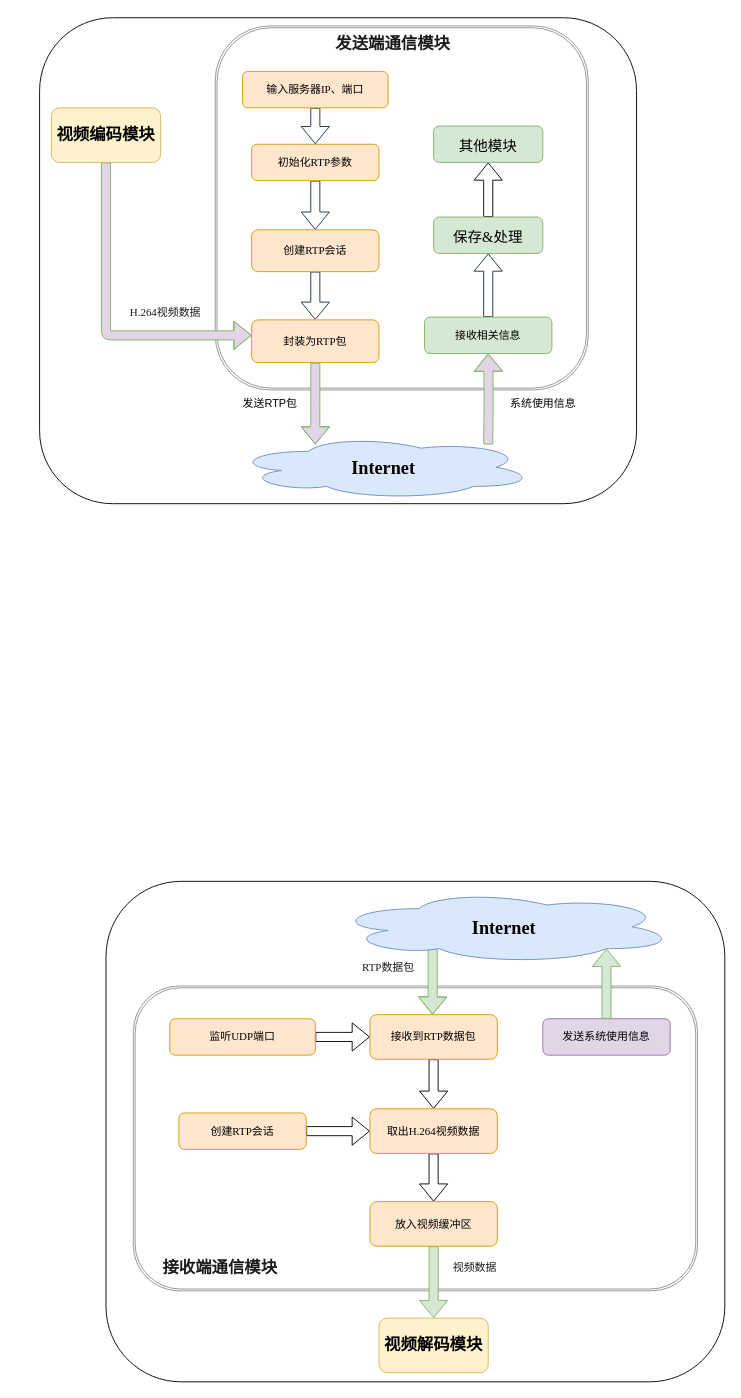
Before: send.drawio in Bright-Hsu/Real-Time-Trans-Server, a draw.io diagram. Source tidied: cells renumbered, new cells numbered last; positions are measured from the earlier drawing's top-left corner, leaving out a move shared by most shapes. Both pictures are drawn from the tidied source at 91%, with x=0, y=0 at pixel (39, 16).
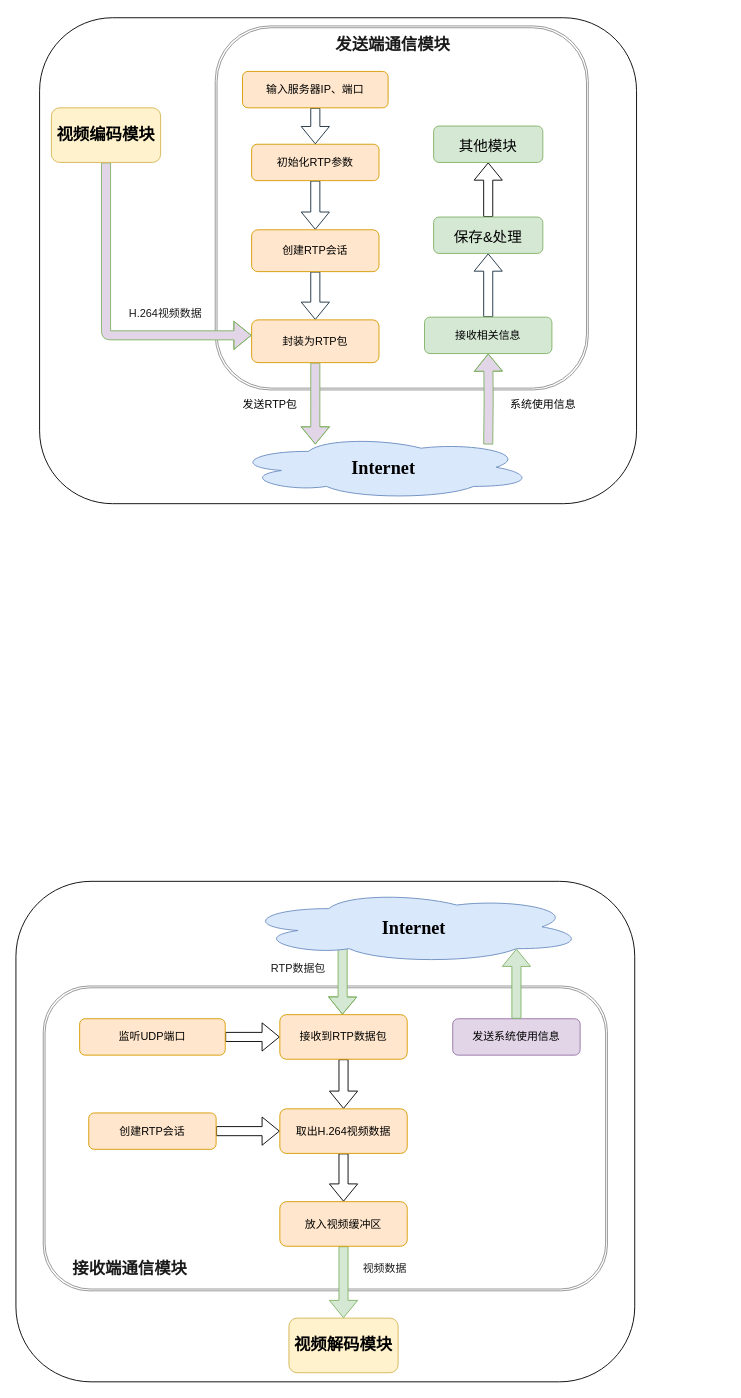
The same diagram, later.

Change to the diagram source:
```diff
@@
-    <mxCell id="2" style="rounded=1;whiteSpace=wrap;html=1;fillColor=none;" parent="1" vertex="1">
+    <mxCell id="2" style="rounded=1;whiteSpace=wrap;html=1;fillColor=none;fontFamily=simsun;" parent="1" vertex="1">
       <mxGeometry y="1" width="656" height="534" as="geometry" />
     </mxCell>
-    <mxCell id="3" style="rounded=1;whiteSpace=wrap;html=1;fillColor=none;" parent="1" vertex="1">
-      <mxGeometry x="73" y="950" width="680" height="550" as="geometry" />
+    <mxCell id="3" style="rounded=1;whiteSpace=wrap;html=1;fillColor=none;fontFamily=simsun;" parent="1" vertex="1">
+      <mxGeometry x="-26" y="950" width="680" height="550" as="geometry" />
     </mxCell>
-    <mxCell id="4" style="shape=ext;double=1;rounded=1;whiteSpace=wrap;html=1;fillColor=none;fontFamily=Times New Roman;labelBackgroundColor=none;strokeColor=#909090;fontColor=#1A1A1A;" parent="1" vertex="1">
+    <mxCell id="4" style="shape=ext;double=1;rounded=1;whiteSpace=wrap;html=1;fillColor=none;fontFamily=simsun;labelBackgroundColor=none;strokeColor=#909090;fontColor=#1A1A1A;" parent="1" vertex="1">
       <mxGeometry x="193" y="10" width="410" height="400" as="geometry" />
     </mxCell>
-    <mxCell id="5" style="edgeStyle=orthogonalEdgeStyle;rounded=1;jettySize=auto;html=1;shape=flexArrow;fontFamily=Times New Roman;labelBackgroundColor=none;strokeColor=#182E3E;fontColor=default;" parent="1" edge="1" source="6" target="8">
+    <mxCell id="5" style="edgeStyle=orthogonalEdgeStyle;rounded=1;jettySize=auto;html=1;shape=flexArrow;fontFamily=simsun;labelBackgroundColor=none;strokeColor=#182E3E;fontColor=default;" parent="1" edge="1" source="6" target="8">
       <mxGeometry relative="1" as="geometry" />
     </mxCell>
-    <mxCell id="6" value="初始化RTP参数" style="rounded=1;whiteSpace=wrap;html=1;fontFamily=Times New Roman;labelBackgroundColor=none;fillColor=#ffe6cc;strokeColor=#d79b00;" parent="1" vertex="1">
+    <mxCell id="6" value="初始化RTP参数" style="rounded=1;whiteSpace=wrap;html=1;fontFamily=simsun;labelBackgroundColor=none;fillColor=#ffe6cc;strokeColor=#d79b00;" parent="1" vertex="1">
       <mxGeometry x="233" y="140" width="140" height="40" as="geometry" />
     </mxCell>
-    <mxCell id="7" style="edgeStyle=orthogonalEdgeStyle;rounded=1;jettySize=auto;html=1;shape=flexArrow;fontFamily=Times New Roman;labelBackgroundColor=none;strokeColor=#182E3E;fontColor=default;" parent="1" edge="1" source="8" target="12">
+    <mxCell id="7" style="edgeStyle=orthogonalEdgeStyle;rounded=1;jettySize=auto;html=1;shape=flexArrow;fontFamily=simsun;labelBackgroundColor=none;strokeColor=#182E3E;fontColor=default;" parent="1" edge="1" source="8" target="12">
       <mxGeometry relative="1" as="geometry" />
     </mxCell>
-    <mxCell id="8" value="创建RTP会话" style="rounded=1;whiteSpace=wrap;html=1;fontFamily=Times New Roman;labelBackgroundColor=none;fillColor=#ffe6cc;strokeColor=#d79b00;" parent="1" vertex="1">
+    <mxCell id="8" value="创建RTP会话" style="rounded=1;whiteSpace=wrap;html=1;fontFamily=simsun;labelBackgroundColor=none;fillColor=#ffe6cc;strokeColor=#d79b00;" parent="1" vertex="1">
       <mxGeometry x="233" y="234" width="140" height="46" as="geometry" />
     </mxCell>
-    <mxCell id="9" style="edgeStyle=orthogonalEdgeStyle;rounded=1;jettySize=auto;html=1;entryX=0.5;entryY=0;entryDx=0;entryDy=0;shape=flexArrow;fontFamily=Times New Roman;labelBackgroundColor=none;strokeColor=#182E3E;fontColor=default;" parent="1" edge="1" source="10" target="6">
+    <mxCell id="9" style="edgeStyle=orthogonalEdgeStyle;rounded=1;jettySize=auto;html=1;entryX=0.5;entryY=0;entryDx=0;entryDy=0;shape=flexArrow;fontFamily=simsun;labelBackgroundColor=none;strokeColor=#182E3E;fontColor=default;" parent="1" edge="1" source="10" target="6">
       <mxGeometry relative="1" as="geometry" />
     </mxCell>
-    <mxCell id="10" value="输入服务器IP、端口" style="rounded=1;whiteSpace=wrap;html=1;fontFamily=Times New Roman;labelBackgroundColor=none;fillColor=#ffe6cc;strokeColor=#d79b00;" parent="1" vertex="1">
+    <mxCell id="10" value="输入服务器IP、端口" style="rounded=1;whiteSpace=wrap;html=1;fontFamily=simsun;labelBackgroundColor=none;fillColor=#ffe6cc;strokeColor=#d79b00;" parent="1" vertex="1">
       <mxGeometry x="223" y="60" width="160" height="40" as="geometry" />
     </mxCell>
-    <mxCell id="11" style="edgeStyle=orthogonalEdgeStyle;rounded=0;hachureGap=4;jettySize=auto;html=1;strokeColor=#82b366;fontFamily=Architects Daughter;fontSize=16;fontColor=#1A1A1A;shape=flexArrow;fillColor=#E1D5E7;" parent="1" edge="1" source="12">
+    <mxCell id="11" style="edgeStyle=orthogonalEdgeStyle;rounded=0;hachureGap=4;jettySize=auto;html=1;strokeColor=#82b366;fontFamily=simsun;fontSize=16;fontColor=#1A1A1A;shape=flexArrow;fillColor=#E1D5E7;" parent="1" edge="1" source="12">
       <mxGeometry relative="1" as="geometry">
         <mxPoint x="303" y="470" as="targetPoint" />
       </mxGeometry>
     </mxCell>
-    <mxCell id="12" value="封装为RTP包" style="rounded=1;whiteSpace=wrap;html=1;fontFamily=Times New Roman;labelBackgroundColor=none;fillColor=#ffe6cc;strokeColor=#d79b00;" parent="1" vertex="1">
+    <mxCell id="12" value="封装为RTP包" style="rounded=1;whiteSpace=wrap;html=1;fontFamily=simsun;labelBackgroundColor=none;fillColor=#ffe6cc;strokeColor=#d79b00;" parent="1" vertex="1">
       <mxGeometry x="233" y="333" width="140" height="47" as="geometry" />
     </mxCell>
-    <mxCell id="13" style="edgeStyle=orthogonalEdgeStyle;rounded=1;jettySize=auto;html=1;shape=flexArrow;fontFamily=Times New Roman;labelBackgroundColor=none;strokeColor=#82b366;fontColor=default;fillColor=#E1D5E7;" parent="1" edge="1" source="14" target="12">
+    <mxCell id="13" style="edgeStyle=orthogonalEdgeStyle;rounded=1;jettySize=auto;html=1;shape=flexArrow;fontFamily=simsun;labelBackgroundColor=none;strokeColor=#82b366;fontColor=default;fillColor=#E1D5E7;" parent="1" edge="1" source="14" target="12">
       <mxGeometry relative="1" as="geometry">
         <Array as="points">
           <mxPoint x="73" y="350" />
         </Array>
       </mxGeometry>
     </mxCell>
-    <mxCell id="14" value="&lt;font style=&quot;font-size: 18px;&quot;&gt;&lt;b&gt;视频编码模块&lt;/b&gt;&lt;/font&gt;" style="rounded=1;whiteSpace=wrap;html=1;fontFamily=Times New Roman;labelBackgroundColor=none;fillColor=#fff2cc;strokeColor=#d6b656;" parent="1" vertex="1">
+    <mxCell id="14" value="&lt;font style=&quot;font-size: 18px;&quot;&gt;&lt;b&gt;视频编码模块&lt;/b&gt;&lt;/font&gt;" style="rounded=1;whiteSpace=wrap;html=1;fontFamily=simsun;labelBackgroundColor=none;fillColor=#fff2cc;strokeColor=#d6b656;" parent="1" vertex="1">
       <mxGeometry x="13" y="100" width="120" height="60" as="geometry" />
     </mxCell>
-    <mxCell id="15" value="&lt;h2&gt;&lt;b&gt;&lt;font style=&quot;font-size: 18px;&quot;&gt;发送端通信模块&lt;/font&gt;&lt;/b&gt;&lt;/h2&gt;" style="text;html=1;align=center;verticalAlign=middle;strokeColor=none;fillColor=none;fontFamily=Times New Roman;rounded=1;labelBackgroundColor=none;fontColor=#1A1A1A;" parent="1" vertex="1">
-      <mxGeometry x="313" width="150" height="60" as="geometry" />
+    <mxCell id="15" value="&lt;h2&gt;&lt;b&gt;&lt;font style=&quot;font-size: 18px;&quot;&gt;发送端通信模块&lt;/font&gt;&lt;/b&gt;&lt;/h2&gt;" style="text;html=1;align=center;verticalAlign=middle;strokeColor=none;fillColor=none;fontFamily=simsun;rounded=1;labelBackgroundColor=none;fontColor=#1A1A1A;" parent="1" vertex="1">
+      <mxGeometry x="315" y="-1" width="146" height="63" as="geometry" />
     </mxCell>
-    <mxCell id="16" value="H.264视频数据" style="text;html=1;align=center;verticalAlign=middle;strokeColor=none;fillColor=none;fontFamily=Times New Roman;rounded=1;labelBackgroundColor=none;fontColor=#1A1A1A;" parent="1" vertex="1">
-      <mxGeometry x="73" y="310" width="130" height="30" as="geometry" />
+    <mxCell id="16" value="H.264视频数据" style="text;html=1;align=center;verticalAlign=middle;strokeColor=none;fillColor=none;fontFamily=simsun;rounded=1;labelBackgroundColor=none;fontColor=#1A1A1A;" parent="1" vertex="1">
+      <mxGeometry x="77" y="310" width="122" height="31" as="geometry" />
     </mxCell>
-    <mxCell id="17" style="edgeStyle=orthogonalEdgeStyle;rounded=0;hachureGap=4;jettySize=auto;html=1;strokeColor=#82b366;fontFamily=Architects Daughter;fontSize=16;fontColor=#1A1A1A;entryX=0.5;entryY=1;entryDx=0;entryDy=0;shape=flexArrow;fillColor=#E1D5E7;" parent="1" edge="1" target="20">
+    <mxCell id="17" style="edgeStyle=orthogonalEdgeStyle;rounded=0;hachureGap=4;jettySize=auto;html=1;strokeColor=#82b366;fontFamily=simsun;fontSize=16;fontColor=#1A1A1A;entryX=0.5;entryY=1;entryDx=0;entryDy=0;shape=flexArrow;fillColor=#E1D5E7;" parent="1" edge="1" target="20">
       <mxGeometry relative="1" as="geometry">
         <mxPoint x="493" y="470" as="sourcePoint" />
       </mxGeometry>
     </mxCell>
-    <mxCell id="18" value="&lt;b&gt;Internet&lt;/b&gt;" style="ellipse;shape=cloud;whiteSpace=wrap;html=1;fontFamily=Times New Roman;fillColor=#dae8fc;strokeColor=#6c8ebf;rounded=1;labelBackgroundColor=none;hachureGap=4;fontSize=20;" parent="1" vertex="1">
+    <mxCell id="18" value="&lt;b&gt;&lt;font face=&quot;Times New Roman&quot;&gt;Internet&lt;/font&gt;&lt;/b&gt;" style="ellipse;shape=cloud;whiteSpace=wrap;html=1;fontFamily=simsun;fillColor=#dae8fc;strokeColor=#6c8ebf;rounded=1;labelBackgroundColor=none;hachureGap=4;fontSize=20;" parent="1" vertex="1">
       <mxGeometry x="213" y="460" width="330" height="70" as="geometry" />
     </mxCell>
-    <mxCell id="19" style="edgeStyle=orthogonalEdgeStyle;rounded=0;hachureGap=4;jettySize=auto;html=1;strokeColor=#182E3E;fontFamily=Architects Daughter;fontSize=16;fontColor=#1A1A1A;shape=flexArrow;" parent="1" edge="1" source="20" target="22">
+    <mxCell id="19" style="edgeStyle=orthogonalEdgeStyle;rounded=0;hachureGap=4;jettySize=auto;html=1;strokeColor=#182E3E;fontFamily=simsun;fontSize=16;fontColor=#1A1A1A;shape=flexArrow;" parent="1" edge="1" source="20" target="22">
       <mxGeometry relative="1" as="geometry" />
     </mxCell>
-    <mxCell id="20" value="接收相关信息" style="rounded=1;whiteSpace=wrap;html=1;fontFamily=Times New Roman;labelBackgroundColor=none;fillColor=#d5e8d4;strokeColor=#82b366;" parent="1" vertex="1">
+    <mxCell id="20" value="接收相关信息" style="rounded=1;whiteSpace=wrap;html=1;fontFamily=simsun;labelBackgroundColor=none;fillColor=#d5e8d4;strokeColor=#82b366;" parent="1" vertex="1">
       <mxGeometry x="423" y="330" width="140" height="40" as="geometry" />
     </mxCell>
-    <mxCell id="21" style="edgeStyle=orthogonalEdgeStyle;rounded=0;jettySize=auto;html=1;shape=flexArrow;" parent="1" edge="1" source="22" target="25">
+    <mxCell id="21" style="edgeStyle=orthogonalEdgeStyle;rounded=0;jettySize=auto;html=1;shape=flexArrow;fontFamily=simsun;" parent="1" edge="1" source="22" target="25">
       <mxGeometry relative="1" as="geometry" />
     </mxCell>
-    <mxCell id="22" value="&lt;font style=&quot;font-size: 16px;&quot;&gt;保存&amp;amp;处理&lt;/font&gt;" style="whiteSpace=wrap;html=1;fontFamily=Times New Roman;fillColor=#d5e8d4;strokeColor=#82b366;rounded=1;labelBackgroundColor=none;hachureGap=4;fontSize=20;" parent="1" vertex="1">
+    <mxCell id="22" value="&lt;font style=&quot;font-size: 16px;&quot;&gt;保存&amp;amp;处理&lt;/font&gt;" style="whiteSpace=wrap;html=1;fontFamily=simsun;fillColor=#d5e8d4;strokeColor=#82b366;rounded=1;labelBackgroundColor=none;hachureGap=4;fontSize=20;" parent="1" vertex="1">
       <mxGeometry x="433" y="220" width="120" height="40" as="geometry" />
     </mxCell>
-    <mxCell id="23" value="系统使用信息" style="text;html=1;align=center;verticalAlign=middle;strokeColor=none;fillColor=none;" parent="1" vertex="1">
-      <mxGeometry x="493" y="410" width="120" height="30" as="geometry" />
+    <mxCell id="23" value="系统使用信息" style="text;html=1;align=center;verticalAlign=middle;strokeColor=none;fillColor=none;fontFamily=simsun;" parent="1" vertex="1">
+      <mxGeometry x="496" y="410" width="114" height="31" as="geometry" />
     </mxCell>
-    <mxCell id="24" value="发送RTP包" style="text;html=1;align=center;verticalAlign=middle;strokeColor=none;fillColor=none;" parent="1" vertex="1">
-      <mxGeometry x="203" y="410" width="100" height="30" as="geometry" />
+    <mxCell id="24" value="发送RTP包" style="text;html=1;align=center;verticalAlign=middle;strokeColor=none;fillColor=none;fontFamily=simsun;" parent="1" vertex="1">
+      <mxGeometry x="208" y="410" width="90" height="31" as="geometry" />
     </mxCell>
-    <mxCell id="25" value="&lt;span style=&quot;font-size: 16px;&quot;&gt;其他模块&lt;/span&gt;" style="whiteSpace=wrap;html=1;fontFamily=Times New Roman;fillColor=#d5e8d4;strokeColor=#82b366;rounded=1;labelBackgroundColor=none;hachureGap=4;fontSize=20;" parent="1" vertex="1">
+    <mxCell id="25" value="&lt;span style=&quot;font-size: 16px;&quot;&gt;其他模块&lt;/span&gt;" style="whiteSpace=wrap;html=1;fontFamily=simsun;fillColor=#d5e8d4;strokeColor=#82b366;rounded=1;labelBackgroundColor=none;hachureGap=4;fontSize=20;" parent="1" vertex="1">
       <mxGeometry x="433" y="120" width="120" height="40" as="geometry" />
     </mxCell>
-    <mxCell id="26" style="shape=ext;double=1;rounded=1;whiteSpace=wrap;html=1;fillColor=none;fontFamily=Times New Roman;labelBackgroundColor=none;strokeColor=#909090;fontColor=#1A1A1A;" parent="1" vertex="1">
-      <mxGeometry x="103" y="1065" width="620" height="335" as="geometry" />
+    <mxCell id="26" style="shape=ext;double=1;rounded=1;whiteSpace=wrap;html=1;fillColor=none;fontFamily=simsun;labelBackgroundColor=none;strokeColor=#909090;fontColor=#1A1A1A;" parent="1" vertex="1">
+      <mxGeometry x="4" y="1065" width="620" height="335" as="geometry" />
     </mxCell>
-    <mxCell id="27" style="edgeStyle=orthogonalEdgeStyle;rounded=0;jettySize=auto;html=1;shape=flexArrow;" parent="1" edge="1" source="28" target="39">
+    <mxCell id="27" style="edgeStyle=orthogonalEdgeStyle;rounded=0;jettySize=auto;html=1;shape=flexArrow;fontFamily=simsun;" parent="1" edge="1" source="28" target="39">
       <mxGeometry relative="1" as="geometry" />
     </mxCell>
-    <mxCell id="28" value="创建RTP会话" style="rounded=1;whiteSpace=wrap;html=1;fontFamily=Times New Roman;labelBackgroundColor=none;fillColor=#ffe6cc;strokeColor=#d79b00;" parent="1" vertex="1">
-      <mxGeometry x="153" y="1204.5" width="140" height="40" as="geometry" />
+    <mxCell id="28" value="创建RTP会话" style="rounded=1;whiteSpace=wrap;html=1;fontFamily=simsun;labelBackgroundColor=none;fillColor=#ffe6cc;strokeColor=#d79b00;" parent="1" vertex="1">
+      <mxGeometry x="54" y="1204.5" width="140" height="40" as="geometry" />
     </mxCell>
-    <mxCell id="29" style="edgeStyle=orthogonalEdgeStyle;rounded=0;jettySize=auto;html=1;shape=flexArrow;" parent="1" edge="1" source="30" target="37">
+    <mxCell id="29" style="edgeStyle=orthogonalEdgeStyle;rounded=0;jettySize=auto;html=1;shape=flexArrow;fontFamily=simsun;" parent="1" edge="1" source="30" target="37">
       <mxGeometry relative="1" as="geometry" />
     </mxCell>
-    <mxCell id="30" value="监听UDP端口" style="rounded=1;whiteSpace=wrap;html=1;fontFamily=Times New Roman;labelBackgroundColor=none;fillColor=#ffe6cc;strokeColor=#d79b00;" parent="1" vertex="1">
-      <mxGeometry x="143" y="1101" width="160" height="40" as="geometry" />
+    <mxCell id="30" value="监听UDP端口" style="rounded=1;whiteSpace=wrap;html=1;fontFamily=simsun;labelBackgroundColor=none;fillColor=#ffe6cc;strokeColor=#d79b00;" parent="1" vertex="1">
+      <mxGeometry x="44" y="1101" width="160" height="40" as="geometry" />
     </mxCell>
-    <mxCell id="31" value="&lt;font style=&quot;font-size: 18px;&quot;&gt;&lt;b&gt;视频解码模块&lt;/b&gt;&lt;/font&gt;" style="rounded=1;whiteSpace=wrap;html=1;fontFamily=Times New Roman;labelBackgroundColor=none;fillColor=#fff2cc;strokeColor=#d6b656;" parent="1" vertex="1">
-      <mxGeometry x="373" y="1430" width="120" height="60" as="geometry" />
+    <mxCell id="31" value="&lt;font style=&quot;font-size: 18px;&quot;&gt;&lt;b&gt;视频解码模块&lt;/b&gt;&lt;/font&gt;" style="rounded=1;whiteSpace=wrap;html=1;fontFamily=simsun;labelBackgroundColor=none;fillColor=#fff2cc;strokeColor=#d6b656;" parent="1" vertex="1">
+      <mxGeometry x="274" y="1430" width="120" height="60" as="geometry" />
     </mxCell>
-    <mxCell id="32" value="&lt;h2&gt;&lt;b&gt;&lt;font style=&quot;font-size: 18px;&quot;&gt;接收端通信模块&lt;/font&gt;&lt;/b&gt;&lt;/h2&gt;" style="text;html=1;align=center;verticalAlign=middle;strokeColor=none;fillColor=none;fontFamily=Times New Roman;rounded=1;labelBackgroundColor=none;fontColor=#1A1A1A;" parent="1" vertex="1">
-      <mxGeometry x="123" y="1345" width="150" height="60" as="geometry" />
+    <mxCell id="32" value="&lt;h2&gt;&lt;b&gt;&lt;font style=&quot;font-size: 18px;&quot;&gt;接收端通信模块&lt;/font&gt;&lt;/b&gt;&lt;/h2&gt;" style="text;html=1;align=center;verticalAlign=middle;strokeColor=none;fillColor=none;fontFamily=simsun;rounded=1;labelBackgroundColor=none;fontColor=#1A1A1A;" parent="1" vertex="1">
+      <mxGeometry x="26" y="1344" width="146" height="63" as="geometry" />
     </mxCell>
-    <mxCell id="33" value="RTP数据包" style="text;html=1;align=center;verticalAlign=middle;strokeColor=none;fillColor=none;fontFamily=Times New Roman;rounded=1;labelBackgroundColor=none;fontColor=#1A1A1A;" parent="1" vertex="1">
-      <mxGeometry x="333" y="1030" width="100" height="30" as="geometry" />
+    <mxCell id="33" value="RTP数据包" style="text;html=1;align=center;verticalAlign=middle;strokeColor=none;fillColor=none;fontFamily=simsun;rounded=1;labelBackgroundColor=none;fontColor=#1A1A1A;" parent="1" vertex="1">
+      <mxGeometry x="239" y="1030" width="90" height="31" as="geometry" />
     </mxCell>
-    <mxCell id="34" style="edgeStyle=orthogonalEdgeStyle;rounded=0;orthogonalLoop=1;jettySize=auto;html=1;shape=flexArrow;fillColor=#d5e8d4;strokeColor=#82b366;" parent="1" edge="1">
+    <mxCell id="34" style="edgeStyle=orthogonalEdgeStyle;rounded=0;orthogonalLoop=1;jettySize=auto;html=1;shape=flexArrow;fillColor=#d5e8d4;strokeColor=#82b366;fontFamily=simsun;" parent="1" edge="1">
       <mxGeometry relative="1" as="geometry">
-        <mxPoint x="432" y="980" as="sourcePoint" />
-        <mxPoint x="431.8" y="1096.5" as="targetPoint" />
+        <mxPoint x="333" y="980" as="sourcePoint" />
+        <mxPoint x="332.8" y="1096.5" as="targetPoint" />
         <Array as="points">
-          <mxPoint x="431.8" y="1076.5" />
-          <mxPoint x="431.8" y="1076.5" />
+          <mxPoint x="332.8" y="1076.5" />
+          <mxPoint x="332.8" y="1076.5" />
         </Array>
       </mxGeometry>
     </mxCell>
-    <mxCell id="35" value="&lt;b&gt;Internet&lt;/b&gt;" style="ellipse;shape=cloud;whiteSpace=wrap;html=1;fontFamily=Times New Roman;fillColor=#dae8fc;strokeColor=#6c8ebf;rounded=1;labelBackgroundColor=none;hachureGap=4;fontSize=20;" parent="1" vertex="1">
-      <mxGeometry x="323" y="960" width="375" height="80" as="geometry" />
+    <mxCell id="35" value="&lt;b&gt;&lt;font face=&quot;Times New Roman&quot;&gt;Internet&lt;/font&gt;&lt;/b&gt;" style="ellipse;shape=cloud;whiteSpace=wrap;html=1;fontFamily=simsun;fillColor=#dae8fc;strokeColor=#6c8ebf;rounded=1;labelBackgroundColor=none;hachureGap=4;fontSize=20;" parent="1" vertex="1">
+      <mxGeometry x="224" y="960" width="375" height="80" as="geometry" />
     </mxCell>
-    <mxCell id="36" style="edgeStyle=orthogonalEdgeStyle;rounded=0;jettySize=auto;html=1;shape=flexArrow;" parent="1" edge="1" source="37" target="39">
+    <mxCell id="36" style="edgeStyle=orthogonalEdgeStyle;rounded=0;jettySize=auto;html=1;shape=flexArrow;fontFamily=simsun;" parent="1" edge="1" source="37" target="39">
       <mxGeometry relative="1" as="geometry" />
     </mxCell>
-    <mxCell id="37" value="接收到RTP数据包" style="whiteSpace=wrap;html=1;fontFamily=Times New Roman;fillColor=#ffe6cc;strokeColor=#d79b00;rounded=1;labelBackgroundColor=none;" parent="1" vertex="1">
-      <mxGeometry x="363" y="1096.5" width="140" height="49" as="geometry" />
+    <mxCell id="37" value="接收到RTP数据包" style="whiteSpace=wrap;html=1;fontFamily=simsun;fillColor=#ffe6cc;strokeColor=#d79b00;rounded=1;labelBackgroundColor=none;" parent="1" vertex="1">
+      <mxGeometry x="264" y="1096.5" width="140" height="49" as="geometry" />
     </mxCell>
-    <mxCell id="38" style="edgeStyle=orthogonalEdgeStyle;rounded=0;jettySize=auto;html=1;shape=flexArrow;" parent="1" edge="1" source="39" target="41">
+    <mxCell id="38" style="edgeStyle=orthogonalEdgeStyle;rounded=0;jettySize=auto;html=1;shape=flexArrow;fontFamily=simsun;" parent="1" edge="1" source="39" target="41">
       <mxGeometry relative="1" as="geometry" />
     </mxCell>
-    <mxCell id="39" value="取出H.264视频数据" style="whiteSpace=wrap;html=1;fontFamily=Times New Roman;fillColor=#ffe6cc;strokeColor=#d79b00;rounded=1;labelBackgroundColor=none;" parent="1" vertex="1">
-      <mxGeometry x="363" y="1200" width="140" height="49" as="geometry" />
+    <mxCell id="39" value="取出H.264视频数据" style="whiteSpace=wrap;html=1;fontFamily=simsun;fillColor=#ffe6cc;strokeColor=#d79b00;rounded=1;labelBackgroundColor=none;" parent="1" vertex="1">
+      <mxGeometry x="264" y="1200" width="140" height="49" as="geometry" />
     </mxCell>
-    <mxCell id="40" style="edgeStyle=orthogonalEdgeStyle;rounded=0;jettySize=auto;html=1;entryX=0.5;entryY=0;entryDx=0;entryDy=0;shape=flexArrow;fillColor=#d5e8d4;strokeColor=#82b366;" parent="1" edge="1" source="41" target="31">
+    <mxCell id="40" style="edgeStyle=orthogonalEdgeStyle;rounded=0;jettySize=auto;html=1;entryX=0.5;entryY=0;entryDx=0;entryDy=0;shape=flexArrow;fillColor=#d5e8d4;strokeColor=#82b366;fontFamily=simsun;" parent="1" edge="1" source="41" target="31">
       <mxGeometry relative="1" as="geometry" />
     </mxCell>
-    <mxCell id="41" value="放入视频缓冲区" style="whiteSpace=wrap;html=1;fontFamily=Times New Roman;fillColor=#ffe6cc;strokeColor=#d79b00;rounded=1;labelBackgroundColor=none;" parent="1" vertex="1">
-      <mxGeometry x="363" y="1302" width="140" height="49" as="geometry" />
+    <mxCell id="41" value="放入视频缓冲区" style="whiteSpace=wrap;html=1;fontFamily=simsun;fillColor=#ffe6cc;strokeColor=#d79b00;rounded=1;labelBackgroundColor=none;" parent="1" vertex="1">
+      <mxGeometry x="264" y="1302" width="140" height="49" as="geometry" />
     </mxCell>
-    <mxCell id="42" value="视频数据" style="text;html=1;align=center;verticalAlign=middle;strokeColor=none;fillColor=none;fontFamily=Times New Roman;rounded=1;labelBackgroundColor=none;fontColor=#1A1A1A;" parent="1" vertex="1">
-      <mxGeometry x="433" y="1360" width="90" height="30" as="geometry" />
+    <mxCell id="42" value="视频数据" style="text;html=1;align=center;verticalAlign=middle;strokeColor=none;fillColor=none;fontFamily=simsun;rounded=1;labelBackgroundColor=none;fontColor=#1A1A1A;" parent="1" vertex="1">
+      <mxGeometry x="338" y="1360" width="82" height="31" as="geometry" />
     </mxCell>
-    <mxCell id="43" value="发送系统使用信息" style="rounded=1;whiteSpace=wrap;html=1;fontFamily=Times New Roman;labelBackgroundColor=none;fillColor=#e1d5e7;strokeColor=#9673a6;" parent="1" vertex="1">
-      <mxGeometry x="553" y="1101" width="140" height="40" as="geometry" />
+    <mxCell id="43" value="发送系统使用信息" style="rounded=1;whiteSpace=wrap;html=1;fontFamily=simsun;labelBackgroundColor=none;fillColor=#e1d5e7;strokeColor=#9673a6;" parent="1" vertex="1">
+      <mxGeometry x="454" y="1101" width="140" height="40" as="geometry" />
     </mxCell>
-    <mxCell id="44" style="shape=flexArrow;endArrow=classic;html=1;rounded=0;exitX=0.5;exitY=0;exitDx=0;exitDy=0;entryX=0.8;entryY=0.8;entryDx=0;entryDy=0;entryPerimeter=0;fillColor=#d5e8d4;strokeColor=#82b366;" parent="1" edge="1" source="43" target="35">
+    <mxCell id="44" style="shape=flexArrow;endArrow=classic;html=1;rounded=0;exitX=0.5;exitY=0;exitDx=0;exitDy=0;entryX=0.8;entryY=0.8;entryDx=0;entryDy=0;entryPerimeter=0;fillColor=#d5e8d4;strokeColor=#82b366;fontFamily=simsun;" parent="1" edge="1" source="43" target="35">
       <mxGeometry relative="1" as="geometry" />
     </mxCell>
```
